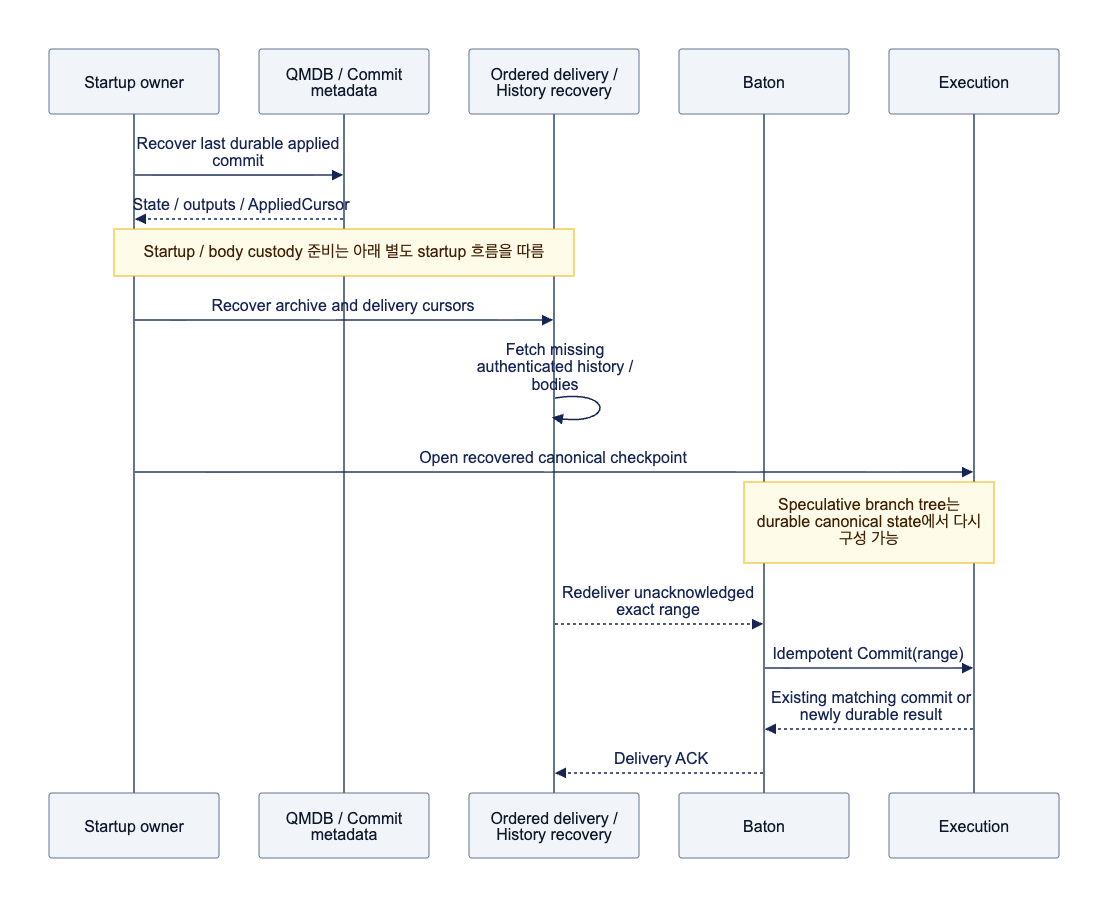
djm07073/baton-research keeps this Mermaid diagram as assets/diagrams/diagram-10.png. Above is the earlier version. Its source is kept beside it as assets/diagrams/diagram-10.mmd.
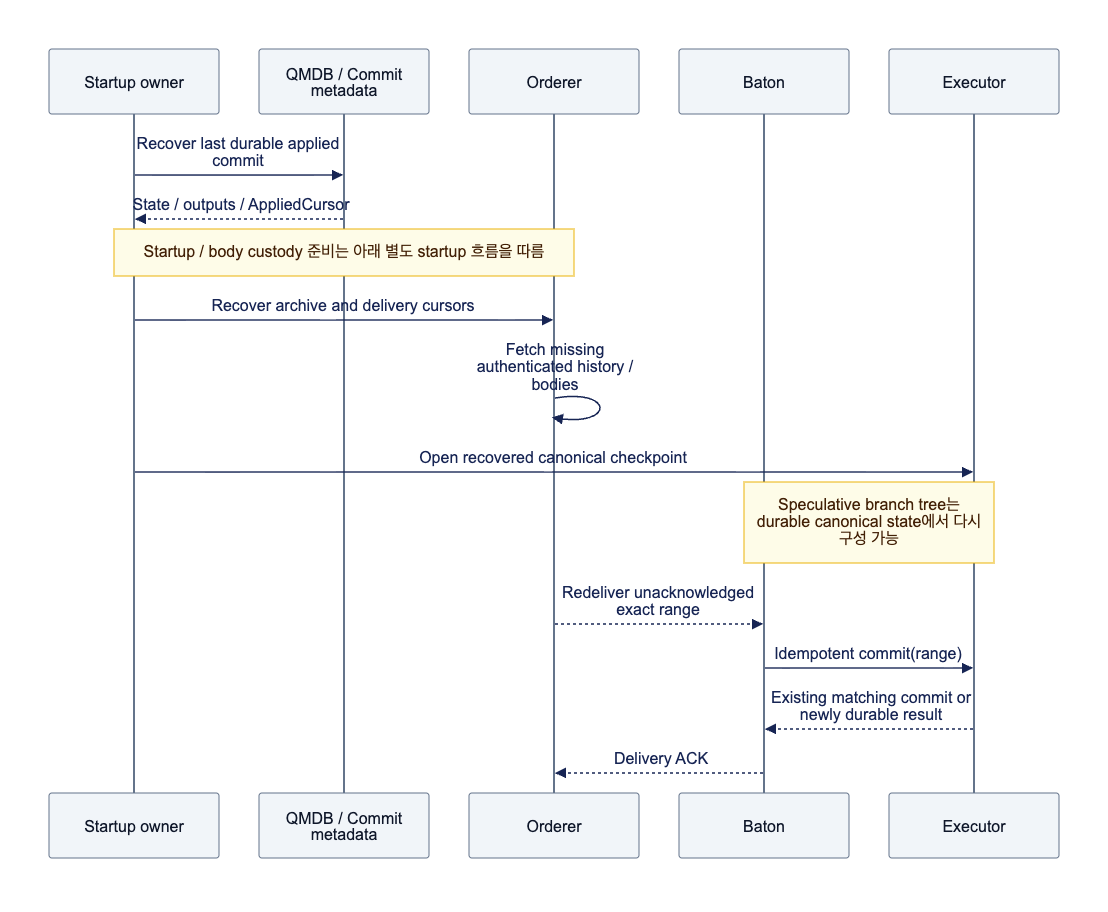
Later version of the same file.

What changed in the source:
```diff
@@ -1,9 +1,9 @@
 sequenceDiagram
     participant S as Startup owner
     participant Q as QMDB / Commit metadata
-    participant M as Ordered delivery / History recovery
+    participant M as Orderer
     participant B as Baton
-    participant E as Execution
+    participant E as Executor
     S->>Q: Recover last durable applied commit
     Q-->>S: State / outputs / AppliedCursor
     Note over S,M: Startup / body custody 준비는 아래 별도 startup 흐름을 따름
@@ -12,6 +12,6 @@
     S->>E: Open recovered canonical checkpoint
     Note over B,E: Speculative branch tree는 durable canonical state에서 다시 구성 가능
     M-->>B: Redeliver unacknowledged exact range
-    B->>E: Idempotent Commit(range)
+    B->>E: Idempotent commit(range)
     E-->>B: Existing matching commit or newly durable result
     B-->>M: Delivery ACK
```
